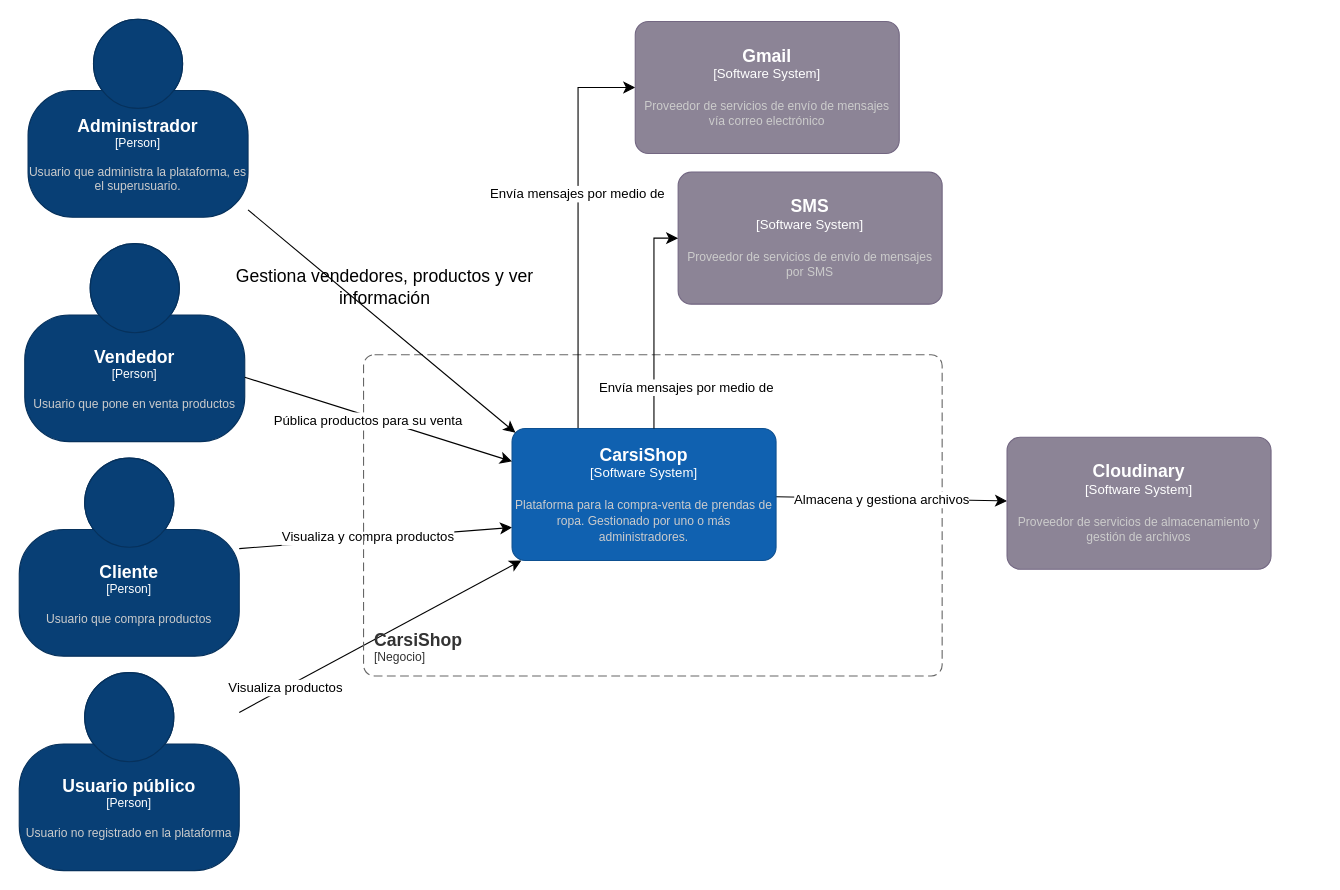
The draw.io diagram page "Contexto" (1 of 2) of Diagrama/c4CarsiShop.drawio in EmilianoChofis/c4CarsiShop, before the edit. Source tidied: cells renumbered, new cells numbered last; positions are measured from the earlier drawing's top-left corner, leaving out a move shared by most shapes. Both pictures are drawn from the tidied source at 110%, with x=0, y=0 at pixel (19, 19).
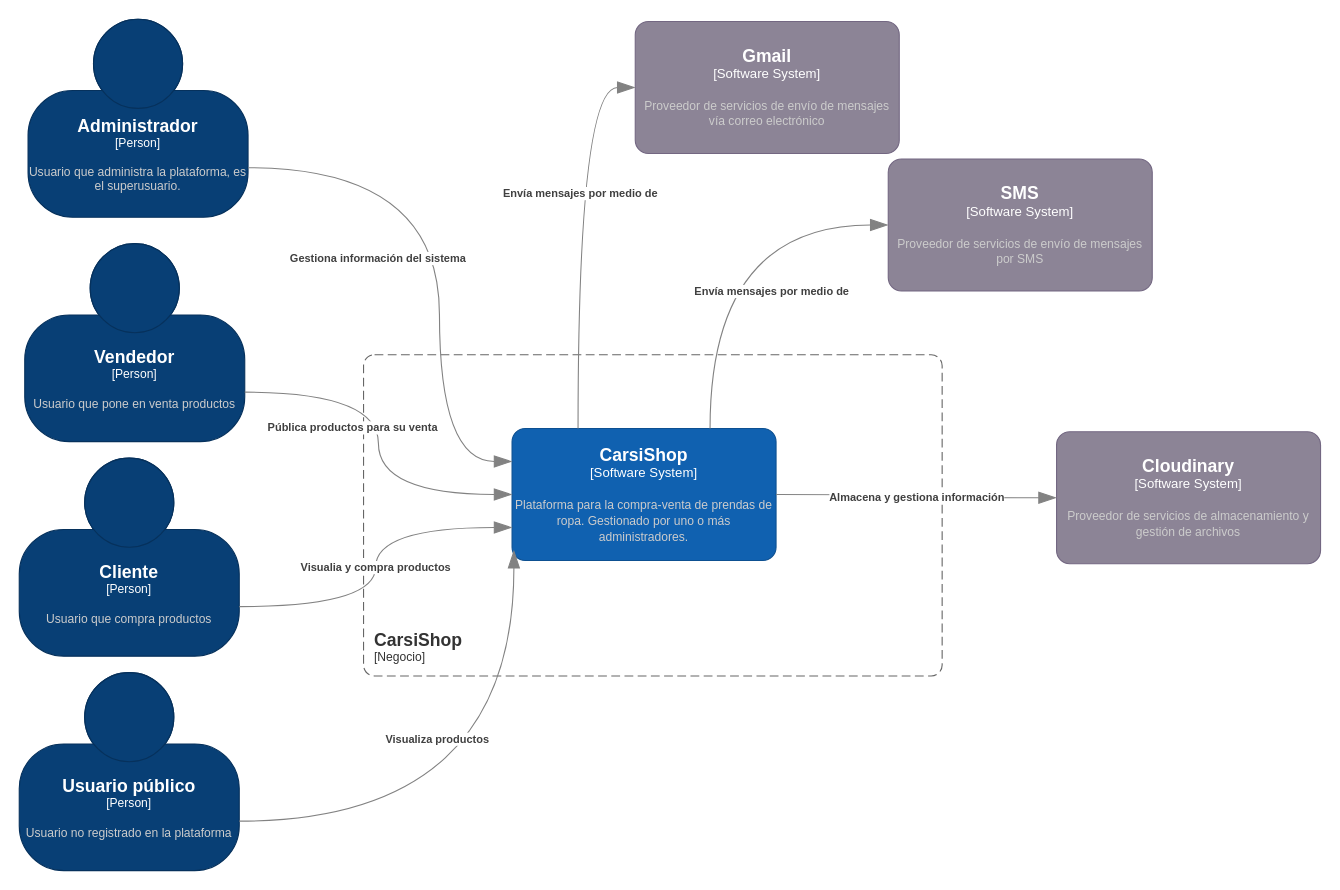
Above is the later version.

The change refers to these unchanged cells:
```xml
<object id="2" label="&lt;font style=&quot;font-size: 16px&quot;&gt;&lt;b&gt;%c4Name%&lt;/b&gt;&lt;/font&gt;&lt;div&gt;[%c4Type%]&lt;/div&gt;&lt;br&gt;&lt;div&gt;&lt;font style=&quot;font-size: 11px&quot;&gt;&lt;font color=&quot;#cccccc&quot;&gt;%c4Description%&lt;/font&gt;&lt;/div&gt;" c4Description="Usuario que pone en venta productos" c4Name="Vendedor" c4Type="Person" placeholders="1">
  <mxCell style="html=1;fontSize=11;dashed=0;whiteSpace=wrap;fillColor=#083F75;strokeColor=#06315C;fontColor=#ffffff;shape=mxgraph.c4.person2;align=center;points=[[0.5,0,0],[1,0.5,0],[1,0.75,0],[0.75,1,0],[0.5,1,0],[0.25,1,0],[0,0.75,0],[0,0.5,0]];" parent="1" vertex="1">
    <mxGeometry x="5" y="204" width="200" height="180" as="geometry" />
  </mxCell>
</object>
<object id="5" label="&lt;font style=&quot;font-size: 16px&quot;&gt;&lt;b&gt;%c4Name%&lt;/b&gt;&lt;/font&gt;&lt;div&gt;[%c4Type%]&lt;/div&gt;&lt;br&gt;&lt;div&gt;&lt;font style=&quot;font-size: 11px&quot;&gt;&lt;font color=&quot;#cccccc&quot;&gt;%c4Description%&lt;/font&gt;&lt;/div&gt;" c4Description="Usuario que compra productos" c4Name="Cliente" c4Type="Person" placeholders="1">
  <mxCell style="html=1;fontSize=11;dashed=0;whiteSpace=wrap;fillColor=#083F75;strokeColor=#06315C;fontColor=#ffffff;shape=mxgraph.c4.person2;align=center;points=[[0.5,0,0],[1,0.5,0],[1,0.75,0],[0.75,1,0],[0.5,1,0],[0.25,1,0],[0,0.75,0],[0,0.5,0]];" parent="1" vertex="1">
    <mxGeometry y="399" width="200" height="180" as="geometry" />
  </mxCell>
</object>
<object id="8" label="&lt;font style=&quot;font-size: 16px&quot;&gt;&lt;b&gt;%c4Name%&lt;/b&gt;&lt;/font&gt;&lt;div&gt;[%c4Type%]&lt;/div&gt;&lt;br&gt;&lt;div&gt;&lt;font style=&quot;font-size: 11px&quot;&gt;&lt;font color=&quot;#cccccc&quot;&gt;%c4Description%&lt;/font&gt;&lt;/div&gt;" c4Description="Usuario no registrado en la plataforma" c4Name="Usuario público" c4Type="Person" placeholders="1">
  <mxCell style="html=1;fontSize=11;dashed=0;whiteSpace=wrap;fillColor=#083F75;strokeColor=#06315C;fontColor=#ffffff;shape=mxgraph.c4.person2;align=center;points=[[0.5,0,0],[1,0.5,0],[1,0.75,0],[0.75,1,0],[0.5,1,0],[0.25,1,0],[0,0.75,0],[0,0.5,0]];" parent="1" vertex="1">
    <mxGeometry y="594" width="200" height="180" as="geometry" />
  </mxCell>
</object>
<object id="9" label="&lt;font style=&quot;font-size: 16px&quot;&gt;&lt;b&gt;%c4Name%&lt;/b&gt;&lt;/font&gt;&lt;div&gt;[%c4Type%]&lt;/div&gt;&lt;br&gt;&lt;div&gt;&lt;font style=&quot;font-size: 11px&quot;&gt;&lt;font color=&quot;#cccccc&quot;&gt;%c4Description%&lt;/font&gt;&lt;/div&gt;" c4Description="Usuario que administra la plataforma, es el superusuario. " c4Name="Administrador" c4Type="Person" placeholders="1">
  <mxCell style="html=1;fontSize=11;dashed=0;whiteSpace=wrap;fillColor=#083F75;strokeColor=#06315C;fontColor=#ffffff;shape=mxgraph.c4.person2;align=center;points=[[0.5,0,0],[1,0.5,0],[1,0.75,0],[0.75,1,0],[0.5,1,0],[0.25,1,0],[0,0.75,0],[0,0.5,0]];" parent="1" vertex="1">
    <mxGeometry x="8" width="200" height="180" as="geometry" />
  </mxCell>
</object>
<object id="14" label="&lt;font style=&quot;font-size: 16px&quot;&gt;&lt;b&gt;%c4Name%&lt;/b&gt;&lt;/font&gt;&lt;div&gt;[%c4Type%]&lt;/div&gt;&lt;br&gt;&lt;div&gt;&lt;font style=&quot;font-size: 11px&quot;&gt;&lt;font color=&quot;#cccccc&quot;&gt;%c4Description%&lt;/font&gt;&lt;/div&gt;" c4Description="Plataforma para la compra-venta de prendas de ropa. Gestionado por uno o más administradores." c4Name="CarsiShop" c4Type="Software System" placeholders="1">
  <mxCell style="rounded=1;whiteSpace=wrap;html=1;labelBackgroundColor=none;fillColor=#1061B0;fontColor=#ffffff;align=center;arcSize=10;strokeColor=#0D5091;points=[[0.25,0,0],[0.5,0,0],[0.75,0,0],[1,0.25,0],[1,0.5,0],[1,0.75,0],[0.75,1,0],[0.5,1,0],[0.25,1,0],[0,0.75,0],[0,0.5,0],[0,0.25,0]];" parent="1" vertex="1">
    <mxGeometry x="448" y="372" width="240" height="120" as="geometry" />
  </mxCell>
</object>
<object id="18" label="&lt;font style=&quot;font-size: 16px&quot;&gt;&lt;b&gt;%c4Name%&lt;/b&gt;&lt;/font&gt;&lt;div&gt;[%c4Type%]&lt;/div&gt;&lt;br&gt;&lt;div&gt;&lt;font style=&quot;font-size: 11px&quot;&gt;&lt;font color=&quot;#cccccc&quot;&gt;%c4Description%&lt;/font&gt;&lt;/div&gt;" c4Description="Proveedor de servicios de envío de mensajes vía correo electrónico" c4Name="Gmail" c4Type="Software System" placeholders="1">
  <mxCell style="rounded=1;whiteSpace=wrap;html=1;labelBackgroundColor=none;fillColor=#8C8496;fontColor=#ffffff;align=center;arcSize=10;strokeColor=#736782;points=[[0.25,0,0],[0.5,0,0],[0.75,0,0],[1,0.25,0],[1,0.5,0],[1,0.75,0],[0.75,1,0],[0.5,1,0],[0.25,1,0],[0,0.75,0],[0,0.5,0],[0,0.25,0]];" parent="1" vertex="1">
    <mxGeometry x="560" y="2" width="240" height="120" as="geometry" />
  </mxCell>
</object>
```

Diff of the diagram source:
```diff
@@
-    <mxCell id="3" style="edgeStyle=none;curved=1;rounded=0;jettySize=auto;html=1;fontSize=12;startSize=8;endSize=8;entryX=0;entryY=0.75;entryDx=0;entryDy=0;entryPerimeter=0;" parent="1" edge="1" source="5" target="14">
-      <mxGeometry relative="1" as="geometry" />
-    </mxCell>
-    <mxCell id="4" value="Visualiza y compra productos" style="edgeLabel;html=1;align=center;verticalAlign=middle;fontSize=12;" parent="3" vertex="1">
-      <mxGeometry x="-0.38" y="1" relative="1" as="geometry">
-        <mxPoint x="40" y="-4" as="offset" />
-      </mxGeometry>
-    </mxCell>
@@
-    <mxCell id="6" style="edgeStyle=none;curved=1;rounded=0;jettySize=auto;html=1;fontSize=12;startSize=8;endSize=8;" parent="1" edge="1" source="8" target="14">
-      <mxGeometry relative="1" as="geometry" />
-    </mxCell>
-    <mxCell id="7" value="Visualiza productos" style="edgeLabel;html=1;align=center;verticalAlign=middle;fontSize=12;" parent="6" vertex="1">
-      <mxGeometry x="-0.4" y="1" relative="1" as="geometry">
-        <mxPoint x="-35" y="19" as="offset" />
-      </mxGeometry>
-    </mxCell>
@@
-    <mxCell id="11" style="edgeStyle=none;curved=1;rounded=0;jettySize=auto;html=1;fontSize=12;startSize=8;endSize=8;" parent="1" edge="1" source="14" target="19">
-      <mxGeometry relative="1" as="geometry" />
-    </mxCell>
-    <mxCell id="12" value="Almacena y gestiona archivos" style="edgeLabel;html=1;align=center;verticalAlign=middle;fontSize=12;" parent="11" vertex="1">
-      <mxGeometry x="-0.34" relative="1" as="geometry">
-        <mxPoint x="27" y="1" as="offset" />
-      </mxGeometry>
-    </mxCell>
-    <mxCell id="13" style="edgeStyle=orthogonalEdgeStyle;rounded=0;jettySize=auto;html=1;exitX=0.25;exitY=0;exitDx=0;exitDy=0;exitPerimeter=0;fontSize=12;startSize=8;endSize=8;entryX=0;entryY=0.5;entryDx=0;entryDy=0;entryPerimeter=0;" parent="1" edge="1" source="14" target="18">
-      <mxGeometry relative="1" as="geometry" />
-    </mxCell>
@@
-    <mxCell id="15" style="edgeStyle=none;curved=1;rounded=0;jettySize=auto;html=1;entryX=0.013;entryY=0.033;entryDx=0;entryDy=0;entryPerimeter=0;fontSize=12;startSize=8;endSize=8;" parent="1" edge="1" source="9" target="14">
-      <mxGeometry relative="1" as="geometry" />
-    </mxCell>
-    <mxCell id="16" style="edgeStyle=none;curved=1;rounded=0;jettySize=auto;html=1;entryX=0;entryY=0.25;entryDx=0;entryDy=0;entryPerimeter=0;fontSize=12;startSize=8;endSize=8;" parent="1" edge="1" source="2" target="14">
-      <mxGeometry relative="1" as="geometry" />
-    </mxCell>
-    <mxCell id="17" value="Pública productos para su venta" style="edgeLabel;html=1;align=center;verticalAlign=middle;fontSize=12;" parent="16" vertex="1">
-      <mxGeometry x="-0.37" y="2" relative="1" as="geometry">
-        <mxPoint x="35" y="17" as="offset" />
-      </mxGeometry>
-    </mxCell>
@@
     <object id="19" label="&lt;font style=&quot;font-size: 16px&quot;&gt;&lt;b&gt;%c4Name%&lt;/b&gt;&lt;/font&gt;&lt;div&gt;[%c4Type%]&lt;/div&gt;&lt;br&gt;&lt;div&gt;&lt;font style=&quot;font-size: 11px&quot;&gt;&lt;font color=&quot;#cccccc&quot;&gt;%c4Description%&lt;/font&gt;&lt;/div&gt;" c4Description="Proveedor de servicios de almacenamiento y gestión de archivos" c4Name="Cloudinary" c4Type="Software System" placeholders="1">
       <mxCell style="rounded=1;whiteSpace=wrap;html=1;labelBackgroundColor=none;fillColor=#8C8496;fontColor=#ffffff;align=center;arcSize=10;strokeColor=#736782;points=[[0.25,0,0],[0.5,0,0],[0.75,0,0],[1,0.25,0],[1,0.5,0],[1,0.75,0],[0.75,1,0],[0.5,1,0],[0.25,1,0],[0,0.75,0],[0,0.5,0],[0,0.25,0]];" parent="1" vertex="1">
-        <mxGeometry x="898" y="380" width="240" height="120" as="geometry" />
+        <mxGeometry x="943" y="375" width="240" height="120" as="geometry" />
       </mxCell>
     </object>
     <object id="20" label="&lt;font style=&quot;font-size: 16px&quot;&gt;&lt;b&gt;%c4Name%&lt;/b&gt;&lt;/font&gt;&lt;div&gt;[%c4Type%]&lt;/div&gt;&lt;br&gt;&lt;div&gt;&lt;font style=&quot;font-size: 11px&quot;&gt;&lt;font color=&quot;#cccccc&quot;&gt;%c4Description%&lt;/font&gt;&lt;/div&gt;" c4Description="Proveedor de servicios de envío de mensajes por SMS" c4Name="SMS " c4Type="Software System" placeholders="1">
       <mxCell style="rounded=1;whiteSpace=wrap;html=1;labelBackgroundColor=none;fillColor=#8C8496;fontColor=#ffffff;align=center;arcSize=10;strokeColor=#736782;points=[[0.25,0,0],[0.5,0,0],[0.75,0,0],[1,0.25,0],[1,0.5,0],[1,0.75,0],[0.75,1,0],[0.5,1,0],[0.25,1,0],[0,0.75,0],[0,0.5,0],[0,0.25,0]];" parent="1" vertex="1">
-        <mxGeometry x="599" y="139" width="240" height="120" as="geometry" />
+        <mxGeometry x="790" y="127" width="240" height="120" as="geometry" />
       </mxCell>
     </object>
-    <mxCell id="21" style="edgeStyle=orthogonalEdgeStyle;rounded=0;jettySize=auto;html=1;fontSize=12;startSize=8;endSize=8;entryX=0;entryY=0.5;entryDx=0;entryDy=0;entryPerimeter=0;" parent="1" edge="1" target="20">
-      <mxGeometry relative="1" as="geometry">
-        <mxPoint x="577" y="372" as="sourcePoint" />
-        <Array as="points">
-          <mxPoint x="577" y="287" />
-          <mxPoint x="577" y="287" />
-        </Array>
-      </mxGeometry>
-    </mxCell>
-    <mxCell id="22" value="Envía mensajes por medio de&amp;nbsp;" style="edgeLabel;html=1;align=center;verticalAlign=middle;fontSize=12;" parent="21" vertex="1">
-      <mxGeometry x="-0.17" y="2" relative="1" as="geometry">
-        <mxPoint x="32" y="43" as="offset" />
-      </mxGeometry>
-    </mxCell>
-    <mxCell id="23" value="Gestiona vendedores, productos y ver&lt;br&gt;información" style="text;html=1;align=center;verticalAlign=middle;strokeColor=none;fillColor=none;fontSize=16;" parent="1" vertex="1">
-      <mxGeometry x="188" y="218" width="288" height="50" as="geometry" />
-    </mxCell>
-    <mxCell id="24" value="Envía mensajes por medio de&amp;nbsp;" style="edgeLabel;html=1;align=center;verticalAlign=middle;fontSize=12;" parent="1" vertex="1">
-      <mxGeometry x="508" y="158" as="geometry" />
-    </mxCell>
+    <object id="25" label="&lt;div style=&quot;text-align: left&quot;&gt;&lt;div style=&quot;text-align: center&quot;&gt;&lt;b&gt;%c4Description%&lt;/b&gt;&lt;/div&gt;" c4Description="Envía mensajes por medio de" placeholders="1">
+      <mxCell style="endArrow=blockThin;html=1;fontSize=10;fontColor=#404040;strokeWidth=1;endFill=1;strokeColor=#828282;elbow=vertical;endSize=14;startSize=14;jumpStyle=arc;jumpSize=16;rounded=0;edgeStyle=orthogonalEdgeStyle;curved=1;entryX=0;entryY=0.5;entryDx=0;entryDy=0;entryPerimeter=0;exitX=0.75;exitY=0;exitDx=0;exitDy=0;exitPerimeter=0;" parent="1" edge="1" source="14" target="20">
+        <mxGeometry x="-0.28" y="-56" relative="1" as="geometry" />
+      </mxCell>
+    </object>
+    <object id="13" label="&lt;div style=&quot;text-align: left&quot;&gt;&lt;div style=&quot;text-align: center&quot;&gt;&lt;b&gt;%c4Description%&lt;/b&gt;&lt;/div&gt;" c4Description="Envía mensajes por medio de" placeholders="1">
+      <mxCell style="endArrow=blockThin;html=1;fontSize=10;fontColor=#404040;strokeWidth=1;endFill=1;strokeColor=#828282;elbow=vertical;endSize=14;startSize=14;jumpStyle=arc;jumpSize=16;rounded=0;edgeStyle=orthogonalEdgeStyle;curved=1;entryX=0;entryY=0.5;entryDx=0;entryDy=0;entryPerimeter=0;exitX=0.25;exitY=0;exitDx=0;exitDy=0;exitPerimeter=0;" parent="1" edge="1" source="14" target="18">
+        <mxGeometry x="0.18" y="-2" relative="1" as="geometry" />
+      </mxCell>
+    </object>
+    <object id="11" label="&lt;div style=&quot;text-align: left&quot;&gt;&lt;div style=&quot;text-align: center&quot;&gt;&lt;b&gt;%c4Description%&lt;/b&gt;&lt;/div&gt;" c4Description="Almacena y gestiona información" placeholders="1">
+      <mxCell style="endArrow=blockThin;html=1;fontSize=10;fontColor=#404040;strokeWidth=1;endFill=1;strokeColor=#828282;elbow=vertical;endSize=14;startSize=14;jumpStyle=arc;jumpSize=16;rounded=0;edgeStyle=orthogonalEdgeStyle;curved=1;entryX=0;entryY=0.5;entryDx=0;entryDy=0;entryPerimeter=0;exitX=1;exitY=0.5;exitDx=0;exitDy=0;exitPerimeter=0;" parent="1" edge="1" source="14" target="19">
+        <mxGeometry relative="1" as="geometry" />
+      </mxCell>
+    </object>
+    <object id="15" label="&lt;div style=&quot;text-align: left&quot;&gt;&lt;div style=&quot;text-align: center&quot;&gt;&lt;b&gt;%c4Description%&lt;/b&gt;&lt;/div&gt;" c4Description="Gestiona información del sistema" placeholders="1">
+      <mxCell style="endArrow=blockThin;html=1;fontSize=10;fontColor=#404040;strokeWidth=1;endFill=1;strokeColor=#828282;elbow=vertical;endSize=14;startSize=14;jumpStyle=arc;jumpSize=16;rounded=0;edgeStyle=orthogonalEdgeStyle;curved=1;exitX=1;exitY=0.75;exitDx=0;exitDy=0;exitPerimeter=0;entryX=0;entryY=0.25;entryDx=0;entryDy=0;entryPerimeter=0;" parent="1" edge="1" source="9" target="14">
+        <mxGeometry x="0.01" y="-56" relative="1" as="geometry">
+          <Array as="points">
+            <mxPoint x="382" y="135" />
+            <mxPoint x="382" y="402" />
+          </Array>
+        </mxGeometry>
+      </mxCell>
+    </object>
+    <object id="17" label="&lt;div style=&quot;text-align: left&quot;&gt;&lt;div style=&quot;text-align: center&quot;&gt;&lt;b&gt;%c4Description%&lt;/b&gt;&lt;/div&gt;" c4Description="Pública productos para su venta" placeholders="1">
+      <mxCell style="endArrow=blockThin;html=1;fontSize=10;fontColor=#404040;strokeWidth=1;endFill=1;strokeColor=#828282;elbow=vertical;endSize=14;startSize=14;jumpStyle=arc;jumpSize=16;rounded=0;edgeStyle=orthogonalEdgeStyle;curved=1;exitX=1;exitY=0.75;exitDx=0;exitDy=0;exitPerimeter=0;entryX=0;entryY=0.5;entryDx=0;entryDy=0;entryPerimeter=0;" parent="1" edge="1" source="2" target="14">
+        <mxGeometry x="-0.09" y="-24" relative="1" as="geometry" />
+      </mxCell>
+    </object>
+    <object id="3" label="&lt;div style=&quot;text-align: left&quot;&gt;&lt;div style=&quot;text-align: center&quot;&gt;&lt;b&gt;%c4Description%&lt;/b&gt;&lt;/div&gt;" c4Description="Visualia y compra productos" placeholders="1">
+      <mxCell style="endArrow=blockThin;html=1;fontSize=10;fontColor=#404040;strokeWidth=1;endFill=1;strokeColor=#828282;elbow=vertical;endSize=14;startSize=14;jumpStyle=arc;jumpSize=16;rounded=0;edgeStyle=orthogonalEdgeStyle;curved=1;exitX=1;exitY=0.75;exitDx=0;exitDy=0;exitPerimeter=0;entryX=0;entryY=0.75;entryDx=0;entryDy=0;entryPerimeter=0;" parent="1" edge="1" source="5" target="14">
+        <mxGeometry relative="1" as="geometry" />
+      </mxCell>
+    </object>
+    <object id="7" label="&lt;div style=&quot;text-align: left&quot;&gt;&lt;div style=&quot;text-align: center&quot;&gt;&lt;b&gt;%c4Description%&lt;/b&gt;&lt;/div&gt;" c4Description="Visualiza productos" placeholders="1">
+      <mxCell style="endArrow=blockThin;html=1;fontSize=10;fontColor=#404040;strokeWidth=1;endFill=1;strokeColor=#828282;elbow=vertical;endSize=14;startSize=14;jumpStyle=arc;jumpSize=16;rounded=0;edgeStyle=orthogonalEdgeStyle;curved=1;exitX=1;exitY=0.75;exitDx=0;exitDy=0;exitPerimeter=0;entryX=0.007;entryY=0.922;entryDx=0;entryDy=0;entryPerimeter=0;" parent="1" edge="1" source="8" target="14">
+        <mxGeometry x="0.31" y="70" relative="1" as="geometry" />
+      </mxCell>
+    </object>
```
